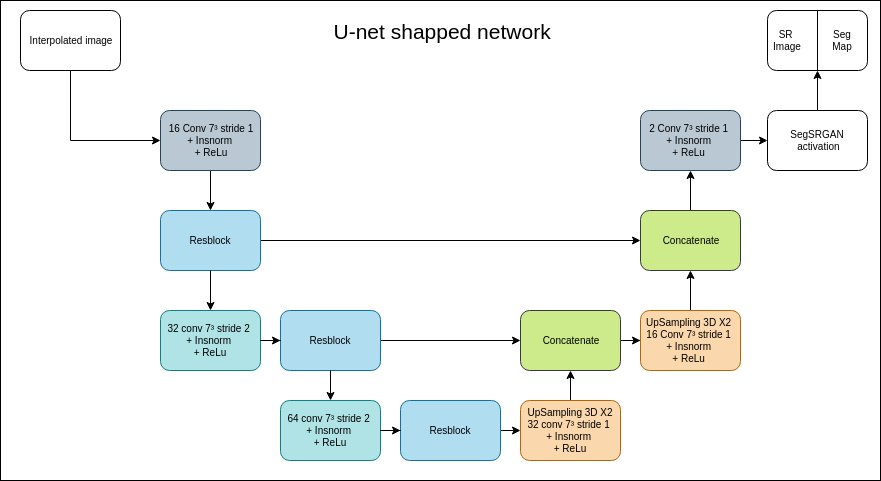
Before: Image_read_me/Schema_u_net.png, a diagram exported from draw.io (koopa31/SegSRGAN). Source tidied: cells renumbered, new cells last; positions are measured from the earlier drawing's top-left corner, leaving out a move shared by most shapes.
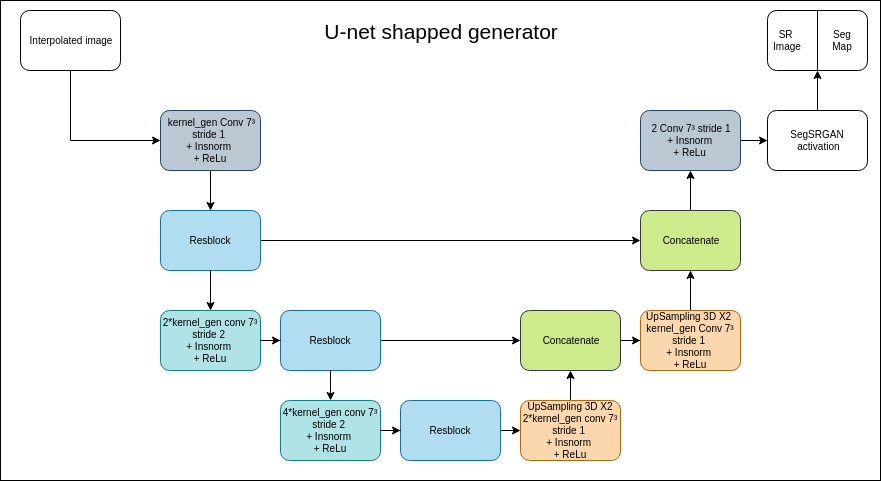
After the change.

Diff of the diagram source:
```diff
@@ -8,7 +8,7 @@
     <mxCell id="3" style="edgeStyle=orthogonalEdgeStyle;rounded=0;jettySize=auto;html=1;entryX=0.5;entryY=0;entryDx=0;entryDy=0;fontSize=10;" parent="1" edge="1" source="4" target="6">
       <mxGeometry relative="1" as="geometry" />
     </mxCell>
-    <mxCell id="4" value="&amp;nbsp;16 Conv 7³ stride 1 &lt;br&gt;+ Insnorm &lt;br&gt;+ ReLu" style="rounded=1;whiteSpace=wrap;html=1;fontSize=10;fillColor=#bac8d3;strokeColor=#23445d;" parent="1" vertex="1">
+    <mxCell id="4" value="&amp;nbsp;kernel_gen Conv 7³ stride 1 &lt;br&gt;+ Insnorm &lt;br&gt;+ ReLu" style="rounded=1;whiteSpace=wrap;html=1;fontSize=10;fillColor=#bac8d3;strokeColor=#23445d;" parent="1" vertex="1">
       <mxGeometry x="160" y="110" width="100" height="60" as="geometry" />
     </mxCell>
     <mxCell id="5" style="edgeStyle=orthogonalEdgeStyle;rounded=0;jettySize=auto;html=1;fontSize=10;" parent="1" edge="1" source="6" target="26">
@@ -17,7 +17,7 @@
     <mxCell id="6" value="Resblock" style="rounded=1;whiteSpace=wrap;html=1;fontSize=10;fillColor=#b1ddf0;strokeColor=#10739e;" parent="1" vertex="1">
       <mxGeometry x="160" y="210" width="100" height="60" as="geometry" />
     </mxCell>
-    <mxCell id="7" value="32 conv 7³ stride 2 &lt;br&gt;+ Insnorm &lt;br&gt;+ ReLu" style="rounded=1;whiteSpace=wrap;html=1;fontSize=10;fillColor=#b0e3e6;strokeColor=#0e8088;" parent="1" vertex="1">
+    <mxCell id="7" value="2*kernel_gen&amp;nbsp;conv 7³ stride 2 &lt;br&gt;+ Insnorm &lt;br&gt;+ ReLu" style="rounded=1;whiteSpace=wrap;html=1;fontSize=10;fillColor=#b0e3e6;strokeColor=#0e8088;" parent="1" vertex="1">
       <mxGeometry x="160" y="310" width="100" height="60" as="geometry" />
     </mxCell>
     <mxCell id="8" style="edgeStyle=orthogonalEdgeStyle;rounded=0;jettySize=auto;html=1;entryX=0.5;entryY=0;entryDx=0;entryDy=0;fontSize=10;" parent="1" edge="1" source="6" target="7">
@@ -32,7 +32,7 @@
     <mxCell id="11" style="edgeStyle=orthogonalEdgeStyle;rounded=0;jettySize=auto;html=1;entryX=0;entryY=0.5;entryDx=0;entryDy=0;fontSize=10;" parent="1" edge="1" source="7" target="10">
       <mxGeometry relative="1" as="geometry" />
     </mxCell>
-    <mxCell id="12" value="64 conv 7³ stride 2 &lt;br&gt;+ Insnorm &lt;br&gt;+ ReLu" style="rounded=1;whiteSpace=wrap;html=1;fontSize=10;fillColor=#b0e3e6;strokeColor=#0e8088;" parent="1" vertex="1">
+    <mxCell id="12" value="4*kernel_gen&amp;nbsp;conv 7³ stride 2 &lt;br&gt;+ Insnorm &lt;br&gt;+ ReLu" style="rounded=1;whiteSpace=wrap;html=1;fontSize=10;fillColor=#b0e3e6;strokeColor=#0e8088;" parent="1" vertex="1">
       <mxGeometry x="280" y="400" width="100" height="60" as="geometry" />
     </mxCell>
     <mxCell id="13" style="edgeStyle=orthogonalEdgeStyle;rounded=0;jettySize=auto;html=1;entryX=0.5;entryY=0;entryDx=0;entryDy=0;fontSize=10;" parent="1" edge="1" source="10" target="12">
@@ -62,7 +62,7 @@
     <mxCell id="19" style="edgeStyle=orthogonalEdgeStyle;rounded=0;jettySize=auto;html=1;entryX=0.5;entryY=1;entryDx=0;entryDy=0;fontSize=10;" parent="1" edge="1" source="20" target="22">
       <mxGeometry relative="1" as="geometry" />
     </mxCell>
-    <mxCell id="20" value="&lt;span style=&quot;white-space: normal ; font-size: 10px&quot;&gt;UpSampling 3D X2&lt;br&gt;32 conv 7³ stride 1 &lt;br&gt;+ Insnorm &lt;br&gt;+ ReLu&lt;/span&gt;" style="rounded=1;whiteSpace=wrap;html=1;fontSize=10;fillColor=#fad7ac;strokeColor=#b46504;" parent="1" vertex="1">
+    <mxCell id="20" value="&lt;span style=&quot;white-space: normal ; font-size: 10px&quot;&gt;UpSampling 3D X2&lt;br&gt;&lt;/span&gt;2*kernel_gen&lt;span style=&quot;white-space: normal ; font-size: 10px&quot;&gt;&amp;nbsp;conv 7³ stride 1 &lt;br&gt;+ Insnorm &lt;br&gt;+ ReLu&lt;/span&gt;" style="rounded=1;whiteSpace=wrap;html=1;fontSize=10;fillColor=#fad7ac;strokeColor=#b46504;" parent="1" vertex="1">
       <mxGeometry x="520" y="400" width="100" height="60" as="geometry" />
     </mxCell>
     <mxCell id="21" style="edgeStyle=orthogonalEdgeStyle;rounded=0;jettySize=auto;html=1;entryX=0;entryY=0.5;entryDx=0;entryDy=0;fontSize=10;" parent="1" edge="1" source="22" target="24">
@@ -74,7 +74,7 @@
     <mxCell id="23" style="edgeStyle=orthogonalEdgeStyle;rounded=0;jettySize=auto;html=1;fontSize=10;" parent="1" edge="1" source="24" target="26">
       <mxGeometry relative="1" as="geometry" />
     </mxCell>
-    <mxCell id="24" value="UpSampling 3D X2&amp;nbsp;&lt;br&gt;16 Conv 7³ stride 1 &lt;br&gt;+ Insnorm &lt;br&gt;+ ReLu &lt;br&gt;" style="rounded=1;whiteSpace=wrap;html=1;fontSize=10;fillColor=#fad7ac;strokeColor=#b46504;" parent="1" vertex="1">
+    <mxCell id="24" value="UpSampling 3D X2&amp;nbsp;&lt;br&gt;kernel_gen&amp;nbsp;Conv 7³ stride 1 &lt;br&gt;+ Insnorm &lt;br&gt;+ ReLu " style="rounded=1;whiteSpace=wrap;html=1;fontSize=10;fillColor=#fad7ac;strokeColor=#b46504;" parent="1" vertex="1">
       <mxGeometry x="640" y="310" width="100" height="60" as="geometry" />
     </mxCell>
     <mxCell id="25" style="edgeStyle=orthogonalEdgeStyle;rounded=0;jettySize=auto;html=1;entryX=0.5;entryY=1;entryDx=0;entryDy=0;fontSize=10;" parent="1" edge="1" source="26" target="28">
@@ -107,7 +107,7 @@
     <mxCell id="34" value="Seg&lt;br style=&quot;font-size: 10px&quot;&gt;Map" style="text;html=1;strokeColor=none;fillColor=none;align=center;verticalAlign=middle;whiteSpace=wrap;rounded=0;fontSize=10;" parent="1" vertex="1">
       <mxGeometry x="817" y="30" width="50" height="20" as="geometry" />
     </mxCell>
-    <mxCell id="35" value="U-net shapped network&amp;nbsp;" style="text;html=1;strokeColor=none;fillColor=none;align=center;verticalAlign=middle;whiteSpace=wrap;rounded=0;fontSize=21;" parent="1" vertex="1">
+    <mxCell id="35" value="U-net shapped generator&amp;nbsp;" style="text;html=1;strokeColor=none;fillColor=none;align=center;verticalAlign=middle;whiteSpace=wrap;rounded=0;fontSize=21;" parent="1" vertex="1">
       <mxGeometry x="293.5" y="20" width="300" height="20" as="geometry" />
     </mxCell>
   </root>
```
